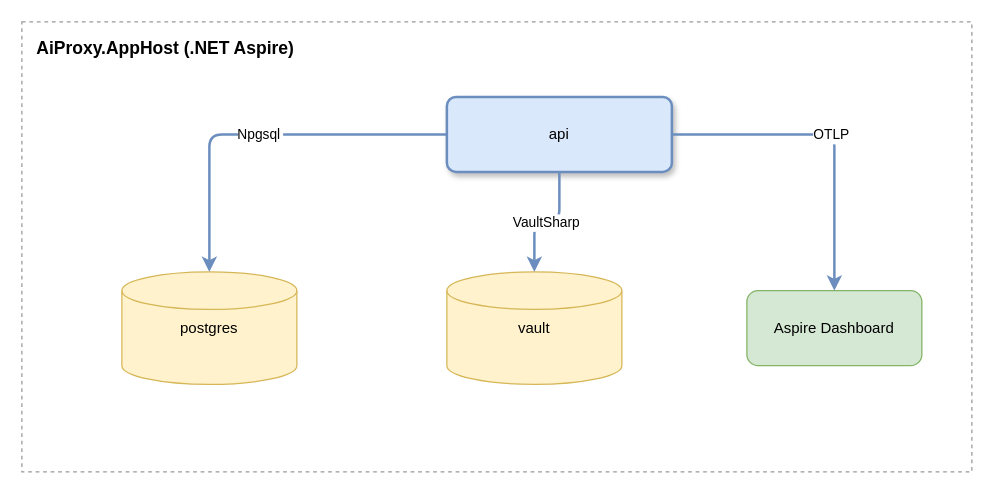
The draw.io diagram specs/architecture/diagrams/05-deployment-topology.drawio in azureholic/AIProxyPlus, before the edit. Source tidied: cells renumbered, new cells numbered last; positions are measured from the earlier drawing's top-left corner, leaving out a move shared by most shapes. Both pictures are drawn from the tidied source at 125%, with x=0, y=0 at pixel (21, 21).
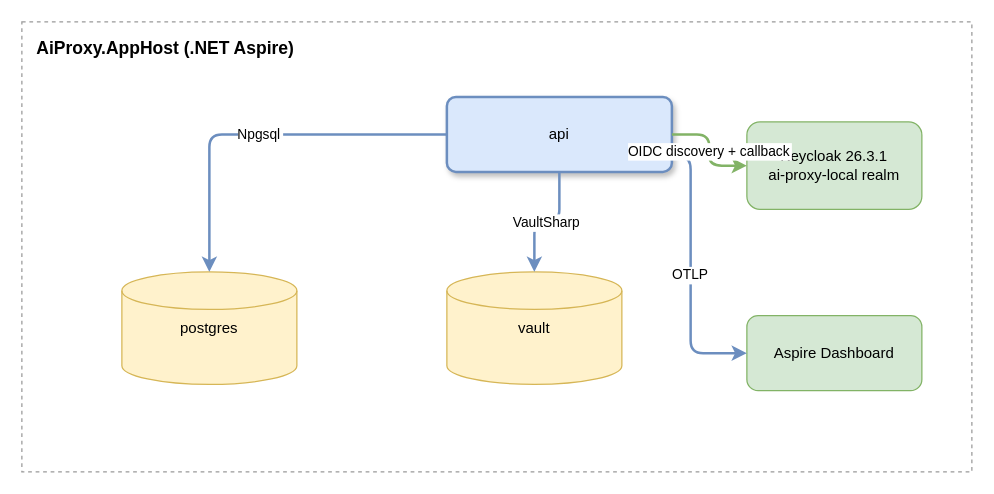
After the change.

Change to the diagram source:
```diff
@@
 <mxGraphModel>
   <root>
     <mxCell id="0" />
     <mxCell id="1" parent="0" />
     <mxCell id="2" value="AiProxy.AppHost (.NET Aspire)" style="rounded=0;whiteSpace=wrap;html=1;fillColor=none;strokeColor=#999999;dashed=1;verticalAlign=top;align=left;spacingLeft=10;spacingTop=6;fontStyle=1;fontSize=14;" parent="1" vertex="1">
       <mxGeometry width="760" height="360" as="geometry" />
     </mxCell>
     <mxCell id="3" value="api" style="rounded=1;whiteSpace=wrap;html=1;fillColor=#dae8fc;strokeColor=#6c8ebf;strokeWidth=2;arcSize=12;shadow=1;" parent="1" vertex="1">
       <mxGeometry x="340" y="60" width="180" height="60" as="geometry" />
     </mxCell>
     <mxCell id="4" value="postgres" style="shape=cylinder3;whiteSpace=wrap;html=1;fillColor=#fff2cc;strokeColor=#d6b656;" parent="1" vertex="1">
       <mxGeometry x="80" y="200" width="140" height="90" as="geometry" />
     </mxCell>
     <mxCell id="5" value="vault" style="shape=cylinder3;whiteSpace=wrap;html=1;fillColor=#fff2cc;strokeColor=#d6b656;" parent="1" vertex="1">
       <mxGeometry x="340" y="200" width="140" height="90" as="geometry" />
     </mxCell>
     <mxCell id="6" value="Aspire Dashboard" style="rounded=1;whiteSpace=wrap;html=1;fillColor=#d5e8d4;strokeColor=#82b366;" parent="1" vertex="1">
-      <mxGeometry x="580" y="215" width="140" height="60" as="geometry" />
+      <mxGeometry x="580" y="235" width="140" height="60" as="geometry" />
     </mxCell>
+    <mxCell id="10" value="Keycloak 26.3.1&#10;ai-proxy-local realm" style="rounded=1;whiteSpace=wrap;html=1;fillColor=#d5e8d4;strokeColor=#82b366;" parent="1" vertex="1">
+      <mxGeometry x="580" y="80" width="140" height="70" as="geometry" />
+    </mxCell>
     <mxCell id="7" value="Npgsql" style="edgeStyle=orthogonalEdgeStyle;rounded=1;strokeColor=#6c8ebf;strokeWidth=2;fontSize=11;" parent="1" edge="1" source="3" target="4">
       <mxGeometry relative="1" as="geometry" />
     </mxCell>
     <mxCell id="8" value="VaultSharp" style="edgeStyle=orthogonalEdgeStyle;rounded=1;strokeColor=#6c8ebf;strokeWidth=2;fontSize=11;" parent="1" edge="1" source="3" target="5">
       <mxGeometry relative="1" as="geometry" />
     </mxCell>
-    <mxCell id="9" value="OTLP" style="edgeStyle=orthogonalEdgeStyle;rounded=1;strokeColor=#6c8ebf;strokeWidth=2;fontSize=11;" parent="1" edge="1" source="3" target="6">
-      <mxGeometry relative="1" as="geometry" />
+    <mxCell id="9" value="OTLP" style="edgeStyle=orthogonalEdgeStyle;rounded=1;strokeColor=#6c8ebf;strokeWidth=2;fontSize=11;labelBackgroundColor=#ffffff;exitX=1;exitY=0.8;entryX=0;entryY=0.5;" parent="1" edge="1" source="3" target="6">
+      <mxGeometry relative="1" as="geometry">
+        <Array as="points">
+          <mxPoint x="535" y="108" />
+          <mxPoint x="535" y="265" />
+        </Array>
+      </mxGeometry>
     </mxCell>
+    <mxCell id="11" value="OIDC discovery + callback" style="edgeStyle=orthogonalEdgeStyle;rounded=1;strokeColor=#82b366;strokeWidth=2;fontSize=11;labelBackgroundColor=#ffffff;" parent="1" edge="1" source="3" target="10">
+      <mxGeometry relative="1" as="geometry" />
+    </mxCell>
   </root>
 </mxGraphModel>
```
